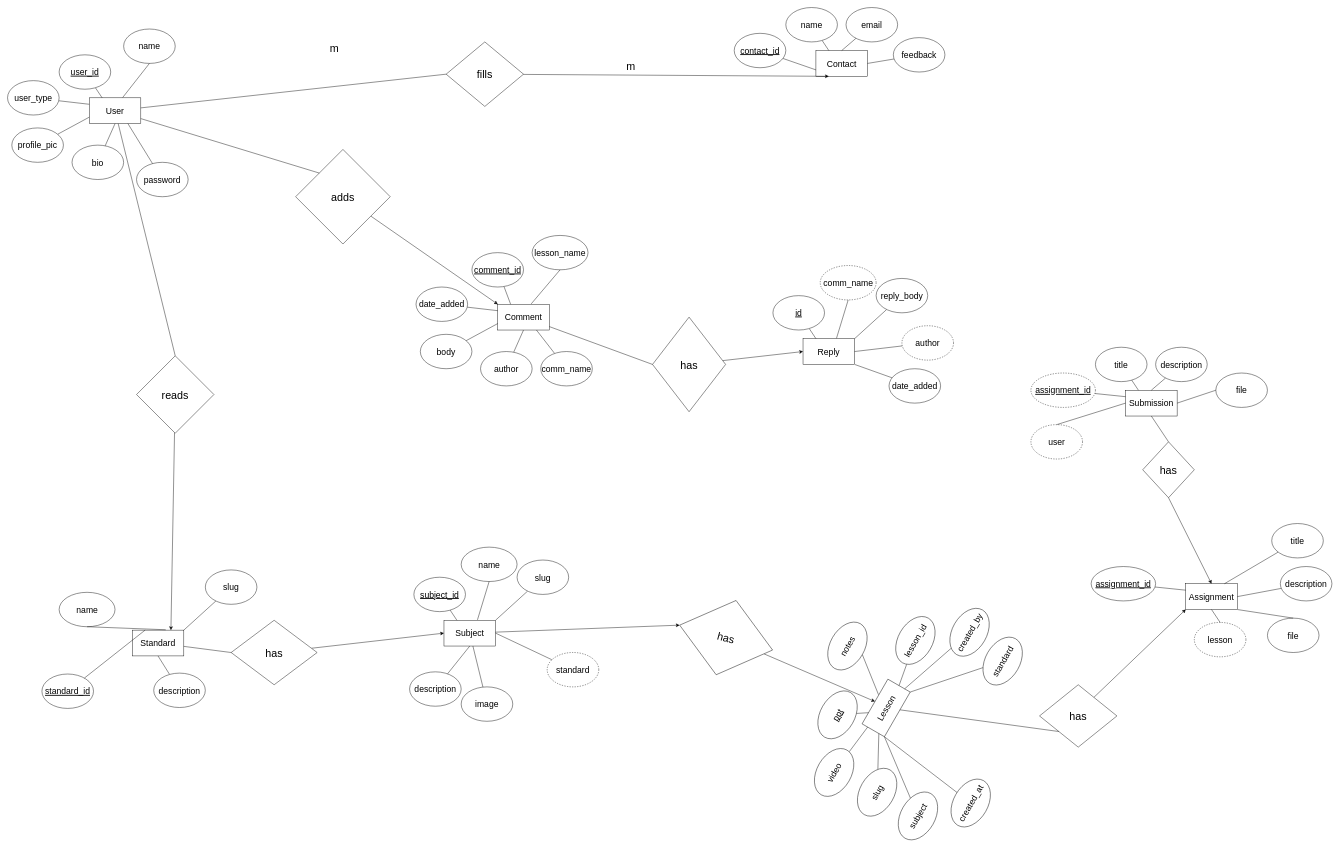
Above: curriculum/er.drawio in neexal/kachhya-new (draw.io), before the change. Source tidied: cells renumbered, new cells numbered last; positions are measured from the earlier drawing's top-left corner, leaving out a move shared by most shapes. Both pictures are drawn from the tidied source at 43%, with x=0, y=0 at pixel (7, 7).
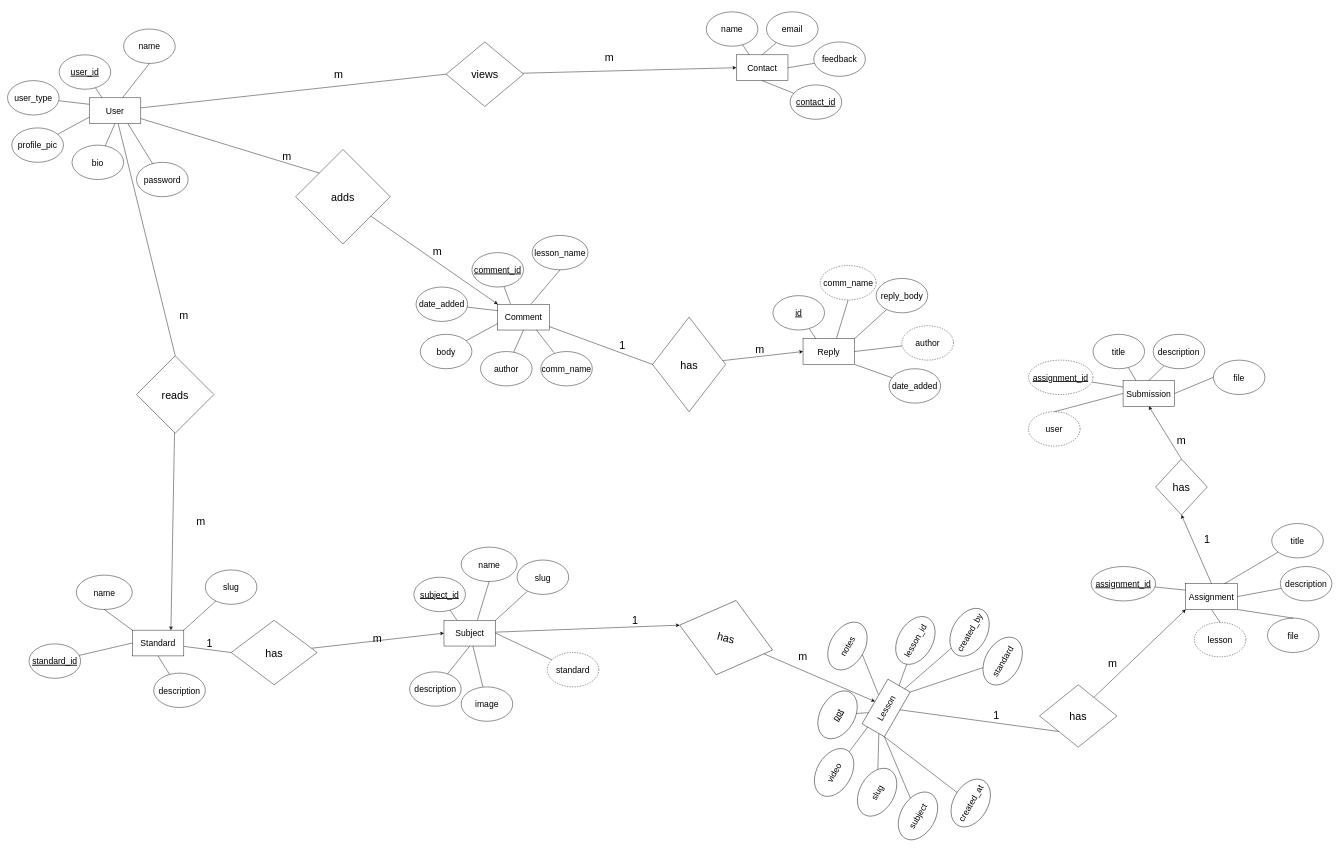
The same page after the edit.

The change refers to these unchanged cells:
```xml
<mxCell id="49" value="&lt;font style=&quot;font-size: 20px&quot;&gt;Contact&lt;/font&gt;" style="rounded=0;whiteSpace=wrap;html=1;fontSize=13;" parent="48" vertex="1">
  <mxGeometry x="190" y="100" width="120" height="60" as="geometry" />
</mxCell>
<mxCell id="58" style="group;" parent="1" vertex="1">
  <mxGeometry x="220" y="1277.9" width="360" height="350" as="geometry" />
</mxCell>
<mxCell id="59" value="&lt;font style=&quot;font-size: 20px&quot;&gt;Standard&lt;/font&gt;" style="rounded=0;whiteSpace=wrap;html=1;fontSize=13;" parent="58" vertex="1">
  <mxGeometry x="70" y="170" width="120" height="60" as="geometry" />
</mxCell>
<mxCell id="79" value="&lt;font style=&quot;font-size: 20px&quot;&gt;Assignment&lt;/font&gt;" style="rounded=0;whiteSpace=wrap;html=1;fontSize=13;" parent="78" vertex="1">
  <mxGeometry x="220" y="100" width="120" height="60" as="geometry" />
</mxCell>
```

The edit, as a diff of the source:
```diff
@@
     <mxCell id="48" style="group;" parent="1" vertex="1">
-      <mxGeometry x="1690" width="490" height="160" as="geometry" />
+      <mxGeometry x="1505" y="10" width="490" height="160" as="geometry" />
     </mxCell>
@@
-    <mxCell id="52" style="edgeStyle=none;shape=connector;rounded=1;html=1;entryX=0;entryY=0.75;entryDx=0;entryDy=0;labelBackgroundColor=default;fontFamily=Helvetica;fontSize=20;fontColor=default;endArrow=0;endFill=1;strokeColor=default;" parent="48" edge="1" source="53" target="49">
-      <mxGeometry relative="1" as="geometry" />
-    </mxCell>
-    <mxCell id="53" value="&lt;u&gt;contact_id&lt;/u&gt;" style="ellipse;whiteSpace=wrap;html=1;fontSize=20;" parent="48" vertex="1">
-      <mxGeometry y="60" width="120" height="80" as="geometry" />
-    </mxCell>
@@
+    <mxCell id="118" value="name" style="ellipse;whiteSpace=dotted;html=1;fontSize=20;" parent="58" vertex="1">
+      <mxGeometry x="-60" y="42.1" width="130" height="80" as="geometry" />
+    </mxCell>
+    <mxCell id="119" style="endArrow=none;html=1;fontSize=20;exitX=0;exitY=0;exitDx=0;exitDy=0;entryX=0.5;entryY=1;entryDx=0;entryDy=0;" parent="58" edge="1" source="59" target="118">
+      <mxGeometry relative="1" as="geometry" />
+    </mxCell>
+    <mxCell id="145" value="1" style="text;html=1;strokeColor=none;fillColor=none;align=center;verticalAlign=middle;whiteSpace=wrap;rounded=0;fontSize=25;" parent="58" vertex="1">
+      <mxGeometry x="220" y="185" width="60" height="30" as="geometry" />
+    </mxCell>
@@
     <mxCell id="116" value="&lt;u&gt;standard_id&lt;/u&gt;" style="ellipse;whiteSpace=wrap;html=1;fontSize=20;" parent="1" vertex="1">
-      <mxGeometry x="80" y="1550" width="120" height="80" as="geometry" />
+      <mxGeometry x="50" y="1479.9" width="120" height="80" as="geometry" />
     </mxCell>
-    <mxCell id="117" style="edgeStyle=none;html=1;entryX=0.25;entryY=0;entryDx=0;entryDy=0;fontSize=20;endArrow=0;endFill=1;" parent="1" edge="1" source="116" target="59">
+    <mxCell id="117" style="edgeStyle=none;html=1;entryX=0;entryY=0.5;entryDx=0;entryDy=0;fontSize=20;endArrow=0;endFill=1;" parent="1" edge="1" source="116" target="59">
       <mxGeometry relative="1" as="geometry" />
     </mxCell>
-    <mxCell id="118" value="name" style="ellipse;whiteSpace=dotted;html=1;fontSize=20;" parent="1" vertex="1">
-      <mxGeometry x="120" y="1360" width="130" height="80" as="geometry" />
-    </mxCell>
-    <mxCell id="119" style="endArrow=none;html=1;fontSize=20;exitX=0.649;exitY=-0.014;exitDx=0;exitDy=0;entryX=0.5;entryY=1;entryDx=0;entryDy=0;exitPerimeter=0;" parent="1" edge="1" source="59" target="118">
-      <mxGeometry relative="1" as="geometry" />
-    </mxCell>
@@
-    <mxCell id="123" style="edgeStyle=none;rounded=0;html=1;entryX=0.25;entryY=1;entryDx=0;entryDy=0;fontSize=25;startArrow=none;" parent="1" edge="1" source="124" target="49">
+    <mxCell id="123" style="edgeStyle=none;rounded=0;html=1;entryX=0;entryY=0.5;entryDx=0;entryDy=0;fontSize=25;startArrow=none;" parent="1" edge="1" source="124" target="49">
       <mxGeometry relative="1" as="geometry" />
     </mxCell>
-    <mxCell id="124" value="fills" style="rhombus;whiteSpace=wrap;html=1;fontSize=25;" parent="1" vertex="1">
+    <mxCell id="124" value="views" style="rhombus;whiteSpace=wrap;html=1;fontSize=25;" parent="1" vertex="1">
       <mxGeometry x="1020" y="80" width="180" height="150" as="geometry" />
     </mxCell>
@@
     <mxCell id="128" value="m" style="text;html=1;strokeColor=none;fillColor=none;align=center;verticalAlign=middle;whiteSpace=wrap;rounded=0;fontSize=25;" parent="1" vertex="1">
-      <mxGeometry x="730" y="80" width="60" height="30" as="geometry" />
+      <mxGeometry x="740" y="140" width="60" height="30" as="geometry" />
     </mxCell>
     <mxCell id="129" value="m" style="text;html=1;strokeColor=none;fillColor=none;align=center;verticalAlign=middle;whiteSpace=wrap;rounded=0;fontSize=25;" parent="1" vertex="1">
-      <mxGeometry x="1420" y="120" width="60" height="30" as="geometry" />
+      <mxGeometry x="1370" y="100" width="60" height="30" as="geometry" />
     </mxCell>
     <mxCell id="130" style="group;" parent="1" vertex="1">
-      <mxGeometry x="2380" y="790" width="530" height="365" as="geometry" />
+      <mxGeometry x="2374.3" y="760" width="530" height="365" as="geometry" />
     </mxCell>
     <mxCell id="131" value="&lt;font style=&quot;font-size: 20px&quot;&gt;Submission&lt;/font&gt;" style="rounded=0;whiteSpace=wrap;html=1;fontSize=13;" parent="130" vertex="1">
-      <mxGeometry x="220" y="100" width="120" height="60" as="geometry" />
+      <mxGeometry x="220" y="107.5" width="120" height="60" as="geometry" />
     </mxCell>
@@
+    <mxCell id="146" style="edgeStyle=none;html=1;exitX=0.5;exitY=0;exitDx=0;exitDy=0;entryX=0.5;entryY=1;entryDx=0;entryDy=0;" parent="130" edge="1" source="142" target="131">
+      <mxGeometry relative="1" as="geometry" />
+    </mxCell>
     <mxCell id="142" value="has" style="rhombus;whiteSpace=wrap;html=1;fontSize=25;" parent="130" vertex="1">
-      <mxGeometry x="260" y="220" width="120" height="130" as="geometry" />
+      <mxGeometry x="295.7" y="290" width="120" height="130" as="geometry" />
     </mxCell>
-    <mxCell id="143" style="edgeStyle=none;rounded=0;html=1;entryX=0.5;entryY=0;entryDx=0;entryDy=0;fontSize=25;endArrow=none;exitX=0.5;exitY=1;exitDx=0;exitDy=0;" parent="130" edge="1" source="131" target="142">
-      <mxGeometry relative="1" as="geometry" />
-    </mxCell>
-    <mxCell id="144" style="edgeStyle=none;rounded=0;html=1;entryX=0.5;entryY=0;entryDx=0;entryDy=0;fontSize=25;startArrow=none;exitX=0.5;exitY=1;exitDx=0;exitDy=0;" parent="1" edge="1" source="142" target="79">
-      <mxGeometry relative="1" as="geometry" />
-    </mxCell>
+    <mxCell id="53" value="&lt;u&gt;contact_id&lt;/u&gt;" style="ellipse;whiteSpace=wrap;html=1;fontSize=20;" parent="1" vertex="1">
+      <mxGeometry x="1820" y="180" width="120" height="80" as="geometry" />
+    </mxCell>
+    <mxCell id="52" style="edgeStyle=none;shape=connector;rounded=1;html=1;entryX=0.5;entryY=1;entryDx=0;entryDy=0;labelBackgroundColor=default;fontFamily=Helvetica;fontSize=20;fontColor=default;endArrow=0;endFill=1;strokeColor=default;" parent="1" edge="1" source="53" target="49">
+      <mxGeometry relative="1" as="geometry" />
+    </mxCell>
+    <mxCell id="147" value="m" style="text;html=1;strokeColor=none;fillColor=none;align=center;verticalAlign=middle;whiteSpace=wrap;rounded=0;fontSize=25;" parent="1" vertex="1">
+      <mxGeometry x="620" y="330" width="60" height="30" as="geometry" />
+    </mxCell>
+    <mxCell id="148" value="m" style="text;html=1;strokeColor=none;fillColor=none;align=center;verticalAlign=middle;whiteSpace=wrap;rounded=0;fontSize=25;" parent="1" vertex="1">
+      <mxGeometry x="970" y="550" width="60" height="30" as="geometry" />
+    </mxCell>
+    <mxCell id="149" value="1" style="text;html=1;strokeColor=none;fillColor=none;align=center;verticalAlign=middle;whiteSpace=wrap;rounded=0;fontSize=25;" parent="1" vertex="1">
+      <mxGeometry x="1400" y="770" width="60" height="30" as="geometry" />
+    </mxCell>
+    <mxCell id="150" value="m" style="text;html=1;strokeColor=none;fillColor=none;align=center;verticalAlign=middle;whiteSpace=wrap;rounded=0;fontSize=25;" parent="1" vertex="1">
+      <mxGeometry x="1720" y="780" width="60" height="30" as="geometry" />
+    </mxCell>
+    <mxCell id="151" value="m" style="text;html=1;strokeColor=none;fillColor=none;align=center;verticalAlign=middle;whiteSpace=wrap;rounded=0;fontSize=25;" parent="1" vertex="1">
+      <mxGeometry x="380" y="700" width="60" height="30" as="geometry" />
+    </mxCell>
+    <mxCell id="152" value="m" style="text;html=1;strokeColor=none;fillColor=none;align=center;verticalAlign=middle;whiteSpace=wrap;rounded=0;fontSize=25;" parent="1" vertex="1">
+      <mxGeometry x="420" y="1180" width="60" height="30" as="geometry" />
+    </mxCell>
+    <mxCell id="153" value="m" style="text;html=1;strokeColor=none;fillColor=none;align=center;verticalAlign=middle;whiteSpace=wrap;rounded=0;fontSize=25;" parent="1" vertex="1">
+      <mxGeometry x="830" y="1450" width="60" height="30" as="geometry" />
+    </mxCell>
+    <mxCell id="154" value="1" style="text;html=1;strokeColor=none;fillColor=none;align=center;verticalAlign=middle;whiteSpace=wrap;rounded=0;fontSize=25;" parent="1" vertex="1">
+      <mxGeometry x="1430" y="1410" width="60" height="30" as="geometry" />
+    </mxCell>
+    <mxCell id="155" value="m" style="text;html=1;strokeColor=none;fillColor=none;align=center;verticalAlign=middle;whiteSpace=wrap;rounded=0;fontSize=25;" parent="1" vertex="1">
+      <mxGeometry x="1820" y="1492.9" width="60" height="30" as="geometry" />
+    </mxCell>
+    <mxCell id="156" value="1" style="text;html=1;strokeColor=none;fillColor=none;align=center;verticalAlign=middle;whiteSpace=wrap;rounded=0;fontSize=25;" parent="1" vertex="1">
+      <mxGeometry x="2270" y="1630" width="60" height="30" as="geometry" />
+    </mxCell>
+    <mxCell id="157" value="m" style="text;html=1;strokeColor=none;fillColor=none;align=center;verticalAlign=middle;whiteSpace=wrap;rounded=0;fontSize=25;" parent="1" vertex="1">
+      <mxGeometry x="2540" y="1510" width="60" height="30" as="geometry" />
+    </mxCell>
+    <mxCell id="158" value="1" style="text;html=1;strokeColor=none;fillColor=none;align=center;verticalAlign=middle;whiteSpace=wrap;rounded=0;fontSize=25;" parent="1" vertex="1">
+      <mxGeometry x="2760" y="1220" width="60" height="30" as="geometry" />
+    </mxCell>
+    <mxCell id="159" value="m" style="text;html=1;strokeColor=none;fillColor=none;align=center;verticalAlign=middle;whiteSpace=wrap;rounded=0;fontSize=25;" parent="1" vertex="1">
+      <mxGeometry x="2700" y="990" width="60" height="30" as="geometry" />
+    </mxCell>
+    <mxCell id="160" style="edgeStyle=none;html=1;exitX=0.5;exitY=0;exitDx=0;exitDy=0;entryX=0.5;entryY=1;entryDx=0;entryDy=0;" parent="1" edge="1" source="79" target="142">
+      <mxGeometry relative="1" as="geometry" />
+    </mxCell>
```
